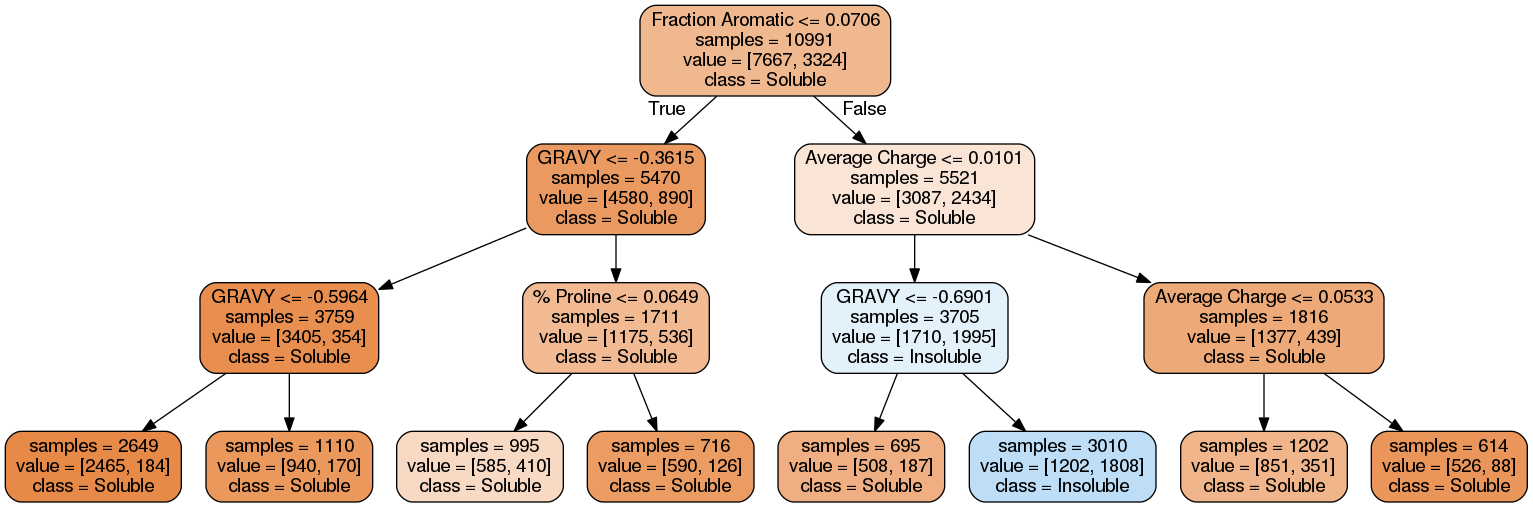
SBRG/Protein_ML keeps this Graphviz diagram as solubility/solubility_tree.png. Above is the earlier version. Its source is kept beside it as solubility/solubility_tree.dot. Its diagram source:
```dot
digraph Tree {
node [shape=box, style="filled, rounded", color="black", fontname=helvetica] ;
graph [ranksep=equally, splines=polyline] ;
edge [fontname=helvetica] ;
0 [label="Fraction Aromatic <= 0.0706\nsamples = 10991\nvalue = [7667, 3324]\nclass = Soluble", fillcolor="#e5813990"] ;
1 [label="GRAVY <= -0.3615\nsamples = 5470\nvalue = [4580, 890]\nclass = Soluble", fillcolor="#e58139cd"] ;
0 -> 1 [labeldistance=2.5, labelangle=45, headlabel="True"] ;
2 [label="GRAVY <= -0.5964\nsamples = 3759\nvalue = [3405, 354]\nclass = Soluble", fillcolor="#e58139e4"] ;
1 -> 2 ;
3 [label="samples = 2649\nvalue = [2465, 184]\nclass = Soluble", fillcolor="#e58139ec"] ;
2 -> 3 ;
4 [label="samples = 1110\nvalue = [940, 170]\nclass = Soluble", fillcolor="#e58139d1"] ;
2 -> 4 ;
5 [label="% Proline <= 0.0649\nsamples = 1711\nvalue = [1175, 536]\nclass = Soluble", fillcolor="#e581398b"] ;
1 -> 5 ;
6 [label="samples = 995\nvalue = [585, 410]\nclass = Soluble", fillcolor="#e581394c"] ;
5 -> 6 ;
7 [label="samples = 716\nvalue = [590, 126]\nclass = Soluble", fillcolor="#e58139c9"] ;
5 -> 7 ;
8 [label="Average Charge <= 0.0101\nsamples = 5521\nvalue = [3087, 2434]\nclass = Soluble", fillcolor="#e5813936"] ;
0 -> 8 [labeldistance=2.5, labelangle=-45, headlabel="False"] ;
9 [label="GRAVY <= -0.6901\nsamples = 3705\nvalue = [1710, 1995]\nclass = Insoluble", fillcolor="#399de524"] ;
8 -> 9 ;
10 [label="samples = 695\nvalue = [508, 187]\nclass = Soluble", fillcolor="#e58139a1"] ;
9 -> 10 ;
11 [label="samples = 3010\nvalue = [1202, 1808]\nclass = Insoluble", fillcolor="#399de555"] ;
9 -> 11 ;
12 [label="Average Charge <= 0.0533\nsamples = 1816\nvalue = [1377, 439]\nclass = Soluble", fillcolor="#e58139ae"] ;
8 -> 12 ;
13 [label="samples = 1202\nvalue = [851, 351]\nclass = Soluble", fillcolor="#e5813996"] ;
12 -> 13 ;
14 [label="samples = 614\nvalue = [526, 88]\nclass = Soluble", fillcolor="#e58139d4"] ;
12 -> 14 ;
{rank=same ; 0} ;
{rank=same ; 1; 8} ;
{rank=same ; 2; 5; 9; 12} ;
{rank=same ; 3; 4; 6; 7; 10; 11; 13; 14} ;
}
```
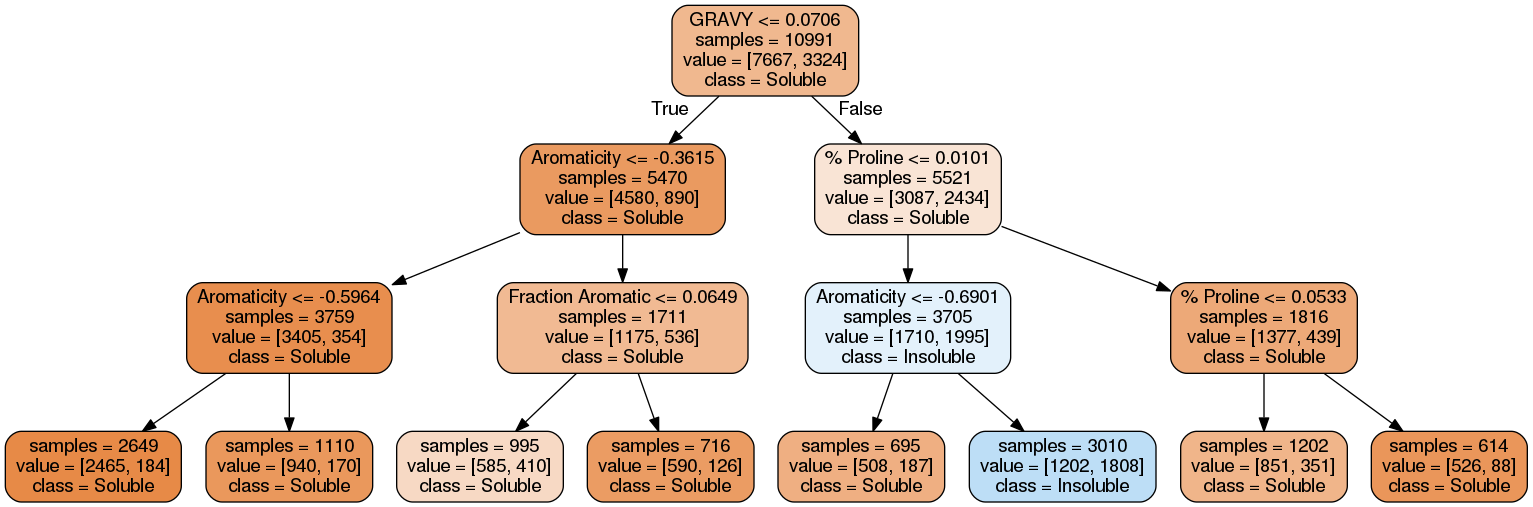
After the change.

Diff of the diagram source:
```diff
@@ -2,30 +2,30 @@
 node [shape=box, style="filled, rounded", color="black", fontname=helvetica] ;
 graph [ranksep=equally, splines=polyline] ;
 edge [fontname=helvetica] ;
-0 [label="Fraction Aromatic <= 0.0706\nsamples = 10991\nvalue = [7667, 3324]\nclass = Soluble", fillcolor="#e5813990"] ;
-1 [label="GRAVY <= -0.3615\nsamples = 5470\nvalue = [4580, 890]\nclass = Soluble", fillcolor="#e58139cd"] ;
+0 [label="GRAVY <= 0.0706\nsamples = 10991\nvalue = [7667, 3324]\nclass = Soluble", fillcolor="#e5813990"] ;
+1 [label="Aromaticity <= -0.3615\nsamples = 5470\nvalue = [4580, 890]\nclass = Soluble", fillcolor="#e58139cd"] ;
 0 -> 1 [labeldistance=2.5, labelangle=45, headlabel="True"] ;
-2 [label="GRAVY <= -0.5964\nsamples = 3759\nvalue = [3405, 354]\nclass = Soluble", fillcolor="#e58139e4"] ;
+2 [label="Aromaticity <= -0.5964\nsamples = 3759\nvalue = [3405, 354]\nclass = Soluble", fillcolor="#e58139e4"] ;
 1 -> 2 ;
 3 [label="samples = 2649\nvalue = [2465, 184]\nclass = Soluble", fillcolor="#e58139ec"] ;
 2 -> 3 ;
 4 [label="samples = 1110\nvalue = [940, 170]\nclass = Soluble", fillcolor="#e58139d1"] ;
 2 -> 4 ;
-5 [label="% Proline <= 0.0649\nsamples = 1711\nvalue = [1175, 536]\nclass = Soluble", fillcolor="#e581398b"] ;
+5 [label="Fraction Aromatic <= 0.0649\nsamples = 1711\nvalue = [1175, 536]\nclass = Soluble", fillcolor="#e581398b"] ;
 1 -> 5 ;
 6 [label="samples = 995\nvalue = [585, 410]\nclass = Soluble", fillcolor="#e581394c"] ;
 5 -> 6 ;
 7 [label="samples = 716\nvalue = [590, 126]\nclass = Soluble", fillcolor="#e58139c9"] ;
 5 -> 7 ;
-8 [label="Average Charge <= 0.0101\nsamples = 5521\nvalue = [3087, 2434]\nclass = Soluble", fillcolor="#e5813936"] ;
+8 [label="% Proline <= 0.0101\nsamples = 5521\nvalue = [3087, 2434]\nclass = Soluble", fillcolor="#e5813936"] ;
 0 -> 8 [labeldistance=2.5, labelangle=-45, headlabel="False"] ;
-9 [label="GRAVY <= -0.6901\nsamples = 3705\nvalue = [1710, 1995]\nclass = Insoluble", fillcolor="#399de524"] ;
+9 [label="Aromaticity <= -0.6901\nsamples = 3705\nvalue = [1710, 1995]\nclass = Insoluble", fillcolor="#399de524"] ;
 8 -> 9 ;
 10 [label="samples = 695\nvalue = [508, 187]\nclass = Soluble", fillcolor="#e58139a1"] ;
 9 -> 10 ;
 11 [label="samples = 3010\nvalue = [1202, 1808]\nclass = Insoluble", fillcolor="#399de555"] ;
 9 -> 11 ;
-12 [label="Average Charge <= 0.0533\nsamples = 1816\nvalue = [1377, 439]\nclass = Soluble", fillcolor="#e58139ae"] ;
+12 [label="% Proline <= 0.0533\nsamples = 1816\nvalue = [1377, 439]\nclass = Soluble", fillcolor="#e58139ae"] ;
 8 -> 12 ;
 13 [label="samples = 1202\nvalue = [851, 351]\nclass = Soluble", fillcolor="#e5813996"] ;
 12 -> 13 ;
```
